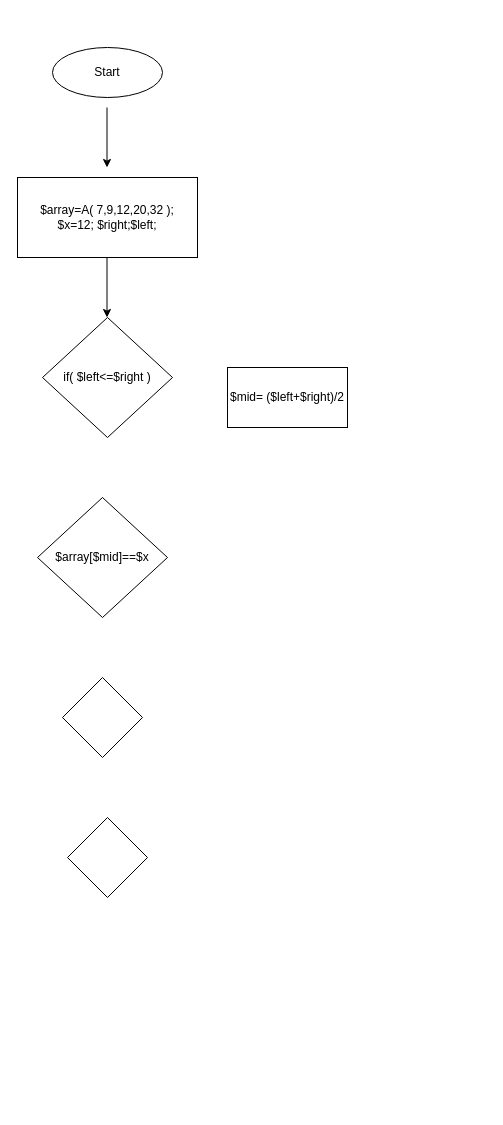
Before: page "Binary _Search" (2 of 6) of Untitled Diagram.drawio in Loan060203/flowchart, a draw.io diagram. Source tidied: cells renumbered, new cells numbered last; positions are measured from the earlier drawing's top-left corner, leaving out a move shared by most shapes. Both pictures are drawn from the tidied source at 100%, with x=0, y=0 at pixel (17, 47).
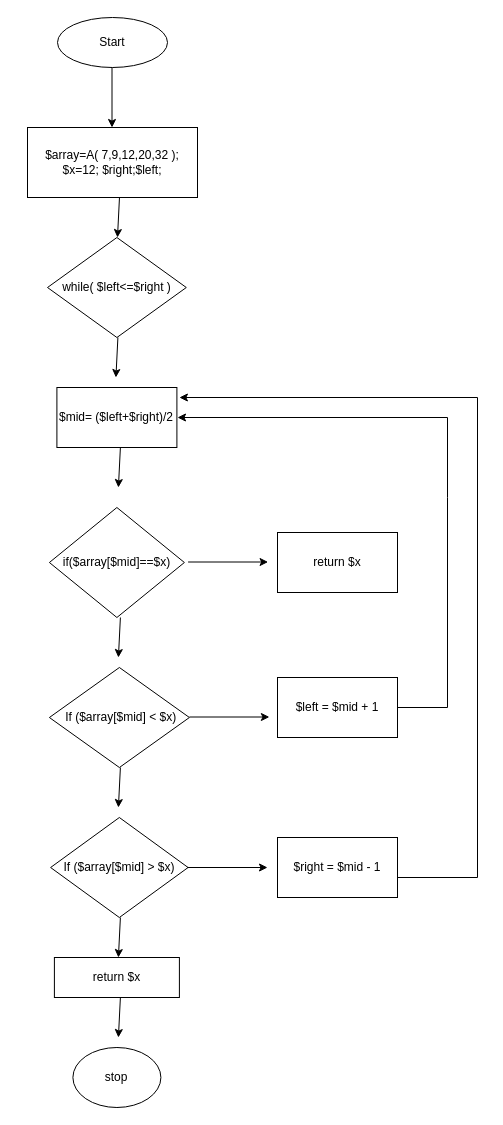
The same page after the edit.

What changed in the source:
```diff
@@
     <mxCell id="2" value="Start" style="ellipse;whiteSpace=wrap;html=1;" parent="1" vertex="1">
-      <mxGeometry x="35" width="110" height="50" as="geometry" />
+      <mxGeometry x="40" y="-30" width="110" height="50" as="geometry" />
     </mxCell>
     <mxCell id="3" style="endArrow=classic;html=1;rounded=0;" parent="1" edge="1">
       <mxGeometry relative="1" as="geometry">
-        <mxPoint x="89.5" y="60" as="sourcePoint" />
-        <mxPoint x="89.5" y="120" as="targetPoint" />
+        <mxPoint x="94.5" y="20" as="sourcePoint" />
+        <mxPoint x="94.5" y="80" as="targetPoint" />
       </mxGeometry>
     </mxCell>
     <mxCell id="4" value="$array=A( 7,9,12,20,32 );&lt;br&gt;$x=12; $right;$left;" style="rounded=0;whiteSpace=wrap;html=1;" parent="1" vertex="1">
-      <mxGeometry y="130" width="180" height="80" as="geometry" />
+      <mxGeometry x="10" y="80" width="170" height="70" as="geometry" />
     </mxCell>
-    <mxCell id="5" value="if( $left&amp;lt;=$right )" style="rhombus;whiteSpace=wrap;html=1;" parent="1" vertex="1">
-      <mxGeometry x="25" y="270" width="130" height="120" as="geometry" />
+    <mxCell id="5" value="while( $left&amp;lt;=$right )" style="rhombus;whiteSpace=wrap;html=1;" parent="1" vertex="1">
+      <mxGeometry x="30" y="190" width="138.8" height="100" as="geometry" />
     </mxCell>
-    <mxCell id="6" style="endArrow=classic;html=1;rounded=0;" parent="1" edge="1">
+    <mxCell id="6" style="endArrow=classic;html=1;rounded=0;exitX=0.541;exitY=1;exitDx=0;exitDy=0;exitPerimeter=0;" parent="1" edge="1" source="4">
       <mxGeometry relative="1" as="geometry">
-        <mxPoint x="89.5" y="210" as="sourcePoint" />
-        <mxPoint x="89.5" y="270" as="targetPoint" />
+        <mxPoint x="100" y="190" as="targetPoint" />
       </mxGeometry>
     </mxCell>
     <mxCell id="7" value="$mid= ($left+$right)/2" style="rounded=0;whiteSpace=wrap;html=1;" parent="1" vertex="1">
-      <mxGeometry x="210" y="320" width="120" height="60" as="geometry" />
+      <mxGeometry x="39.4" y="340" width="120" height="60" as="geometry" />
     </mxCell>
-    <mxCell id="8" value="$array[$mid]==$x" style="rhombus;whiteSpace=wrap;html=1;" parent="1" vertex="1">
-      <mxGeometry x="20" y="450" width="130" height="120" as="geometry" />
+    <mxCell id="8" value="if($array[$mid]==$x)" style="rhombus;whiteSpace=wrap;html=1;" parent="1" vertex="1">
+      <mxGeometry x="31.9" y="460" width="135" height="110" as="geometry" />
     </mxCell>
-    <mxCell id="9" style="rhombus;whiteSpace=wrap;html=1;" parent="1" vertex="1">
-      <mxGeometry x="45" y="630" width="80" height="80" as="geometry" />
+    <mxCell id="9" value="&amp;nbsp;If ($array[$mid] &amp;lt; $x)" style="rhombus;whiteSpace=wrap;html=1;" parent="1" vertex="1">
+      <mxGeometry x="31.9" y="620" width="140" height="100" as="geometry" />
     </mxCell>
-    <mxCell id="10" style="rhombus;whiteSpace=wrap;html=1;" parent="1" vertex="1">
-      <mxGeometry x="50" y="770" width="80" height="80" as="geometry" />
+    <mxCell id="10" value="If ($array[$mid] &amp;gt; $x)" style="rhombus;whiteSpace=wrap;html=1;" parent="1" vertex="1">
+      <mxGeometry x="33.1" y="770" width="137.5" height="100" as="geometry" />
     </mxCell>
+    <mxCell id="11" value="return $x" style="rounded=0;whiteSpace=wrap;html=1;" parent="1" vertex="1">
+      <mxGeometry x="260" y="485" width="120" height="60" as="geometry" />
+    </mxCell>
+    <mxCell id="12" value="$left = $mid + 1" style="rounded=0;whiteSpace=wrap;html=1;" parent="1" vertex="1">
+      <mxGeometry x="260" y="630" width="120" height="60" as="geometry" />
+    </mxCell>
+    <mxCell id="13" value="$right = $mid - 1" style="rounded=0;whiteSpace=wrap;html=1;" parent="1" vertex="1">
+      <mxGeometry x="260" y="790" width="120" height="60" as="geometry" />
+    </mxCell>
+    <mxCell id="14" value="return $x" style="rounded=0;whiteSpace=wrap;html=1;" parent="1" vertex="1">
+      <mxGeometry x="36.9" y="910" width="125" height="40" as="geometry" />
+    </mxCell>
+    <mxCell id="15" value="stop" style="ellipse;whiteSpace=wrap;html=1;" parent="1" vertex="1">
+      <mxGeometry x="55.4" y="1000" width="88" height="60" as="geometry" />
+    </mxCell>
+    <mxCell id="16" style="endArrow=classic;html=1;rounded=0;exitX=0.541;exitY=1;exitDx=0;exitDy=0;exitPerimeter=0;" parent="1" edge="1">
+      <mxGeometry relative="1" as="geometry">
+        <mxPoint x="102.9" y="870" as="sourcePoint" />
+        <mxPoint x="100.9" y="910" as="targetPoint" />
+      </mxGeometry>
+    </mxCell>
+    <mxCell id="17" style="endArrow=classic;html=1;rounded=0;exitX=0.541;exitY=1;exitDx=0;exitDy=0;exitPerimeter=0;" parent="1" edge="1">
+      <mxGeometry relative="1" as="geometry">
+        <mxPoint x="102.9" y="720" as="sourcePoint" />
+        <mxPoint x="100.9" y="760" as="targetPoint" />
+      </mxGeometry>
+    </mxCell>
+    <mxCell id="18" style="endArrow=classic;html=1;rounded=0;exitX=0.541;exitY=1;exitDx=0;exitDy=0;exitPerimeter=0;" parent="1" edge="1">
+      <mxGeometry relative="1" as="geometry">
+        <mxPoint x="102.9" y="570" as="sourcePoint" />
+        <mxPoint x="100.9" y="610" as="targetPoint" />
+      </mxGeometry>
+    </mxCell>
+    <mxCell id="19" style="endArrow=classic;html=1;rounded=0;exitX=0.541;exitY=1;exitDx=0;exitDy=0;exitPerimeter=0;" parent="1" edge="1">
+      <mxGeometry relative="1" as="geometry">
+        <mxPoint x="102.9" y="400" as="sourcePoint" />
+        <mxPoint x="100.9" y="440" as="targetPoint" />
+      </mxGeometry>
+    </mxCell>
+    <mxCell id="20" style="endArrow=classic;html=1;rounded=0;exitX=0.541;exitY=1;exitDx=0;exitDy=0;exitPerimeter=0;" parent="1" edge="1">
+      <mxGeometry relative="1" as="geometry">
+        <mxPoint x="100.4" y="290" as="sourcePoint" />
+        <mxPoint x="98.4" y="330" as="targetPoint" />
+      </mxGeometry>
+    </mxCell>
+    <mxCell id="21" style="endArrow=classic;html=1;rounded=0;exitX=0.541;exitY=1;exitDx=0;exitDy=0;exitPerimeter=0;" parent="1" edge="1">
+      <mxGeometry relative="1" as="geometry">
+        <mxPoint x="102.9" y="950" as="sourcePoint" />
+        <mxPoint x="100.9" y="990" as="targetPoint" />
+      </mxGeometry>
+    </mxCell>
+    <mxCell id="22" style="endArrow=classic;html=1;rounded=0;" parent="1" edge="1">
+      <mxGeometry relative="1" as="geometry">
+        <mxPoint x="170" y="820" as="sourcePoint" />
+        <mxPoint x="250" y="820" as="targetPoint" />
+      </mxGeometry>
+    </mxCell>
+    <mxCell id="23" style="endArrow=classic;html=1;rounded=0;" parent="1" edge="1">
+      <mxGeometry relative="1" as="geometry">
+        <mxPoint x="170.6" y="514.5" as="sourcePoint" />
+        <mxPoint x="250.6" y="514.5" as="targetPoint" />
+      </mxGeometry>
+    </mxCell>
+    <mxCell id="24" style="endArrow=classic;html=1;rounded=0;" parent="1" edge="1">
+      <mxGeometry relative="1" as="geometry">
+        <mxPoint x="171.9" y="669.5" as="sourcePoint" />
+        <mxPoint x="251.9" y="669.5" as="targetPoint" />
+      </mxGeometry>
+    </mxCell>
+    <mxCell id="25" style="endArrow=classic;html=1;rounded=0;" parent="1" edge="1">
+      <mxGeometry relative="1" as="geometry">
+        <mxPoint x="380" y="660" as="sourcePoint" />
+        <mxPoint x="160" y="370" as="targetPoint" />
+        <Array as="points">
+          <mxPoint x="430" y="660" />
+          <mxPoint x="430" y="450" />
+          <mxPoint x="430" y="370" />
+        </Array>
+      </mxGeometry>
+    </mxCell>
+    <mxCell id="26" style="endArrow=classic;html=1;rounded=0;" parent="1" edge="1">
+      <mxGeometry relative="1" as="geometry">
+        <mxPoint x="380" y="830" as="sourcePoint" />
+        <mxPoint x="161.9" y="350" as="targetPoint" />
+        <Array as="points">
+          <mxPoint x="460" y="830" />
+          <mxPoint x="460" y="350" />
+        </Array>
+      </mxGeometry>
+    </mxCell>
```
